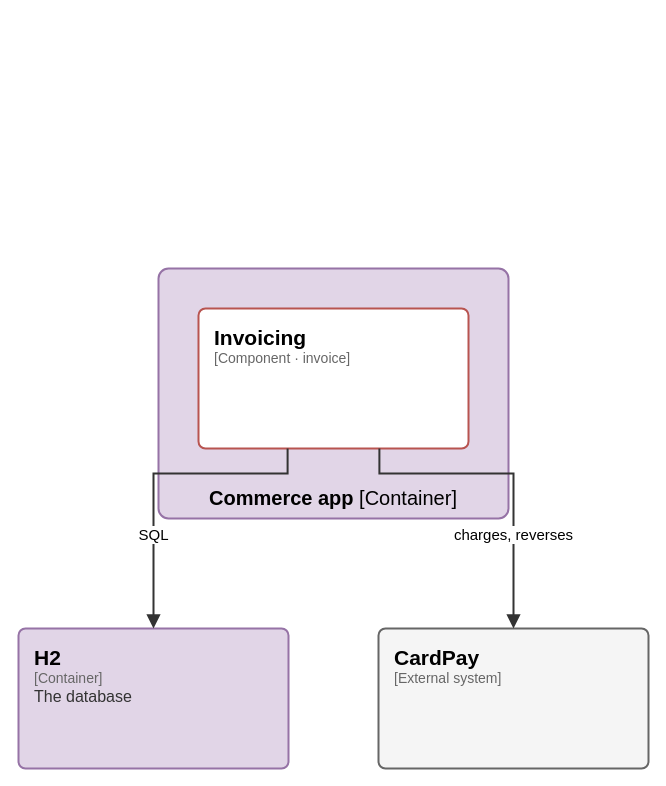
This is page "C4 3 - Components of Commerce app" (3 of 6) of docs/architecture/c4.drawio from elie29/partition-commerce, a draw.io file, before an edit. Source tidied: cells renumbered, new cells numbered last; positions are measured from the earlier drawing's top-left corner, leaving out a move shared by most shapes. Both pictures are drawn from the tidied source at 100%, with x=0, y=0 at pixel (18, 268).
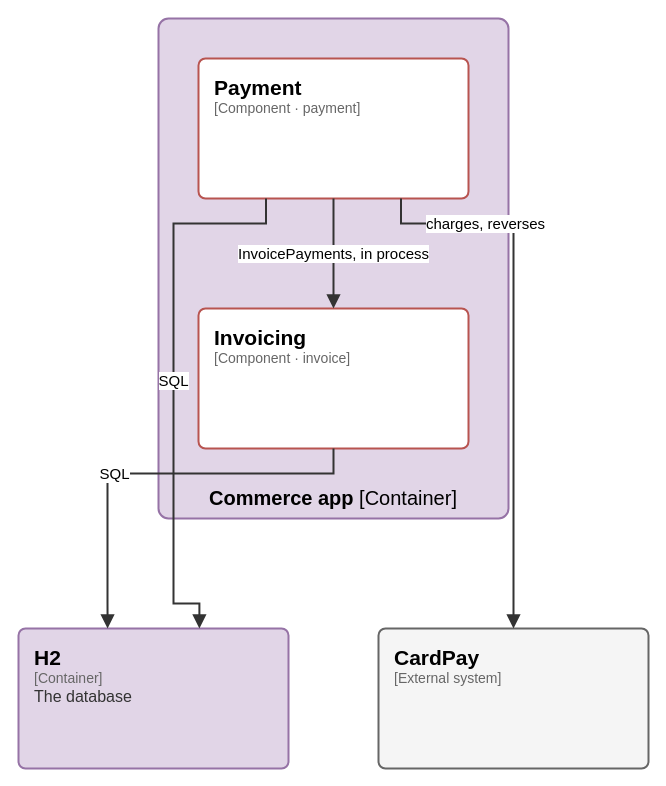
Above is the later version.

Diff of the diagram source:
```diff
@@
 <mxGraphModel background="#FFFFFF">
   <root>
     <mxCell id="0" />
     <mxCell id="1" parent="0" />
-    <mxCell id="2" value="&lt;b&gt;Commerce app&lt;/b&gt; [Container]" style="rounded=1;absoluteArcSize=1;arcSize=20;html=1;whiteSpace=wrap;fillColor=#e1d5e7;strokeColor=#9673a6;strokeWidth=2;fontFamily=IBM Plex Sans;fontSize=20;verticalAlign=bottom;spacingTop=6;spacingBottom=6;partition=AXqBmcf5CD;" parent="1" vertex="1">
-      <mxGeometry x="140" width="350" height="250" as="geometry" />
+    <mxCell id="2" value="&lt;b&gt;Commerce app&lt;/b&gt; [Container]" style="rounded=1;absoluteArcSize=1;arcSize=20;html=1;whiteSpace=wrap;fillColor=#e1d5e7;strokeColor=#9673a6;strokeWidth=2;fontFamily=IBM Plex Sans;fontSize=20;verticalAlign=bottom;spacingTop=6;spacingBottom=6;partition=Ocw2Pv0vhq;" parent="1" vertex="1">
+      <mxGeometry x="140" y="-250" width="350" height="500" as="geometry" />
     </mxCell>
-    <mxCell id="3" value="&lt;span style=&quot;font-size:21px;font-weight:600;color:#000000&quot;&gt;Invoicing&lt;/span&gt;&lt;br&gt;&lt;span style=&quot;font-family:IBM Plex Mono;font-size:14px;color:#666666&quot;&gt;[Component · invoice]&lt;/span&gt;" style="rounded=1;absoluteArcSize=1;arcSize=14;html=1;whiteSpace=wrap;fillColor=#ffffff;strokeColor=#b85450;strokeWidth=2;fontFamily=IBM Plex Sans;align=left;verticalAlign=top;spacingLeft=14;spacingRight=10;spacingTop=10;partition=rwtB4VHL-5;" parent="1" vertex="1">
+    <mxCell id="3" value="&lt;span style=&quot;font-size:21px;font-weight:600;color:#000000&quot;&gt;Invoicing&lt;/span&gt;&lt;br&gt;&lt;span style=&quot;font-family:IBM Plex Mono;font-size:14px;color:#666666&quot;&gt;[Component · invoice]&lt;/span&gt;" style="rounded=1;absoluteArcSize=1;arcSize=14;html=1;whiteSpace=wrap;fillColor=#ffffff;strokeColor=#b85450;strokeWidth=2;fontFamily=IBM Plex Sans;align=left;verticalAlign=top;spacingLeft=14;spacingRight=10;spacingTop=10;partition=NwpGBdmDzl;" parent="1" vertex="1">
       <mxGeometry x="180" y="40" width="270" height="140" as="geometry" />
     </mxCell>
+    <mxCell id="8" value="&lt;span style=&quot;font-size:21px;font-weight:600;color:#000000&quot;&gt;Payment&lt;/span&gt;&lt;br&gt;&lt;span style=&quot;font-family:IBM Plex Mono;font-size:14px;color:#666666&quot;&gt;[Component · payment]&lt;/span&gt;" style="rounded=1;absoluteArcSize=1;arcSize=14;html=1;whiteSpace=wrap;fillColor=#ffffff;strokeColor=#b85450;strokeWidth=2;fontFamily=IBM Plex Sans;align=left;verticalAlign=top;spacingLeft=14;spacingRight=10;spacingTop=10;partition=rwtB4VHL-5;" parent="1" vertex="1">
+      <mxGeometry x="180" y="-210" width="270" height="140" as="geometry" />
+    </mxCell>
-    <mxCell id="4" value="&lt;span style=&quot;font-size:21px;font-weight:600;color:#000000&quot;&gt;H2&lt;/span&gt;&lt;br&gt;&lt;span style=&quot;font-family:IBM Plex Mono;font-size:14px;color:#666666&quot;&gt;[Container]&lt;/span&gt;&lt;br&gt;&lt;span style=&quot;font-size:16px;color:#333333;line-height:1.3&quot;&gt;The database&lt;/span&gt;" style="rounded=1;absoluteArcSize=1;arcSize=14;html=1;whiteSpace=wrap;fillColor=#e1d5e7;strokeColor=#9673a6;strokeWidth=2;fontFamily=IBM Plex Sans;align=left;verticalAlign=top;spacingLeft=14;spacingRight=10;spacingTop=10;partition=kLMOCPrtCz;" parent="1" vertex="1">
+    <mxCell id="4" value="&lt;span style=&quot;font-size:21px;font-weight:600;color:#000000&quot;&gt;H2&lt;/span&gt;&lt;br&gt;&lt;span style=&quot;font-family:IBM Plex Mono;font-size:14px;color:#666666&quot;&gt;[Container]&lt;/span&gt;&lt;br&gt;&lt;span style=&quot;font-size:16px;color:#333333;line-height:1.3&quot;&gt;The database&lt;/span&gt;" style="rounded=1;absoluteArcSize=1;arcSize=14;html=1;whiteSpace=wrap;fillColor=#e1d5e7;strokeColor=#9673a6;strokeWidth=2;fontFamily=IBM Plex Sans;align=left;verticalAlign=top;spacingLeft=14;spacingRight=10;spacingTop=10;partition=VhqOdWhMpS;" parent="1" vertex="1">
       <mxGeometry y="360" width="270" height="140" as="geometry" />
     </mxCell>
-    <mxCell id="5" value="&lt;span style=&quot;font-size:21px;font-weight:600;color:#000000&quot;&gt;CardPay&lt;/span&gt;&lt;br&gt;&lt;span style=&quot;font-family:IBM Plex Mono;font-size:14px;color:#666666&quot;&gt;[External system]&lt;/span&gt;" style="rounded=1;absoluteArcSize=1;arcSize=14;html=1;whiteSpace=wrap;fillColor=#f5f5f5;strokeColor=#666666;strokeWidth=2;fontFamily=IBM Plex Sans;align=left;verticalAlign=top;spacingLeft=14;spacingRight=10;spacingTop=10;partition=Ft1pSTxyiS;" parent="1" vertex="1">
+    <mxCell id="5" value="&lt;span style=&quot;font-size:21px;font-weight:600;color:#000000&quot;&gt;CardPay&lt;/span&gt;&lt;br&gt;&lt;span style=&quot;font-family:IBM Plex Mono;font-size:14px;color:#666666&quot;&gt;[External system]&lt;/span&gt;" style="rounded=1;absoluteArcSize=1;arcSize=14;html=1;whiteSpace=wrap;fillColor=#f5f5f5;strokeColor=#666666;strokeWidth=2;fontFamily=IBM Plex Sans;align=left;verticalAlign=top;spacingLeft=14;spacingRight=10;spacingTop=10;partition=R1m1i5lw6r;" parent="1" vertex="1">
       <mxGeometry x="360" y="360" width="270" height="140" as="geometry" />
     </mxCell>
-    <mxCell id="6" value="SQL" style="edgeStyle=orthogonalEdgeStyle;rounded=0;html=1;endArrow=block;endFill=1;endSize=9;strokeColor=#333333;strokeWidth=2;fontFamily=IBM Plex Sans;fontSize=15;fontColor=#000000;labelBackgroundColor=#FFFFFF;spacing=3;exitX=0.33;exitY=1;exitPerimeter=0;entryX=0.5;entryY=0;entryPerimeter=0;partition=Yue-fEabzA;" parent="1" edge="1" source="3" target="4">
-      <mxGeometry x="0.4" relative="1" as="geometry">
+    <mxCell id="6" value="SQL" style="edgeStyle=orthogonalEdgeStyle;rounded=0;html=1;endArrow=block;endFill=1;endSize=9;strokeColor=#333333;strokeWidth=2;fontFamily=IBM Plex Sans;fontSize=15;fontColor=#000000;labelBackgroundColor=#FFFFFF;spacing=3;exitX=0.5;exitY=1;exitPerimeter=0;entryX=0.33;entryY=0;entryPerimeter=0;partition=Qrln_CddIp;" parent="1" edge="1" source="3" target="4">
+      <mxGeometry x="0.2" relative="1" as="geometry">
         <Array as="points">
-          <mxPoint x="269" y="205" />
-          <mxPoint x="135" y="205" />
-          <mxPoint x="135" y="335" />
+          <mxPoint x="315" y="205" />
+          <mxPoint x="89" y="205" />
+          <mxPoint x="89" y="335" />
         </Array>
       </mxGeometry>
     </mxCell>
+    <mxCell id="9" value="InvoicePayments, in process" style="edgeStyle=orthogonalEdgeStyle;rounded=0;html=1;endArrow=block;endFill=1;endSize=9;strokeColor=#333333;strokeWidth=2;fontFamily=IBM Plex Sans;fontSize=15;fontColor=#000000;labelBackgroundColor=#FFFFFF;spacing=3;exitX=0.5;exitY=1;exitPerimeter=0;entryX=0.5;entryY=0;entryPerimeter=0;partition=1YEl2DaKqo;" parent="1" edge="1" source="8" target="3">
+      <mxGeometry relative="1" as="geometry">
+        <Array as="points">
+          <mxPoint x="315" y="-45" />
+          <mxPoint x="315" y="15" />
+        </Array>
+      </mxGeometry>
+    </mxCell>
+    <mxCell id="10" value="SQL" style="edgeStyle=orthogonalEdgeStyle;rounded=0;html=1;endArrow=block;endFill=1;endSize=9;strokeColor=#333333;strokeWidth=2;fontFamily=IBM Plex Sans;fontSize=15;fontColor=#000000;labelBackgroundColor=#FFFFFF;spacing=3;exitX=0.25;exitY=1;exitPerimeter=0;entryX=0.67;entryY=0;entryPerimeter=0;partition=PtnRfR8xnV;" parent="1" edge="1" source="8" target="4">
+      <mxGeometry relative="1" as="geometry">
+        <Array as="points">
+          <mxPoint x="248" y="-45" />
+          <mxPoint x="155" y="-45" />
+          <mxPoint x="155" y="335" />
+          <mxPoint x="181" y="335" />
+        </Array>
+      </mxGeometry>
+    </mxCell>
-    <mxCell id="7" value="charges, reverses" style="edgeStyle=orthogonalEdgeStyle;rounded=0;html=1;endArrow=block;endFill=1;endSize=9;strokeColor=#333333;strokeWidth=2;fontFamily=IBM Plex Sans;fontSize=15;fontColor=#000000;labelBackgroundColor=#FFFFFF;spacing=3;exitX=0.67;exitY=1;exitPerimeter=0;entryX=0.5;entryY=0;entryPerimeter=0;partition=WyWkksMd5o;" parent="1" edge="1" source="3" target="5">
-      <mxGeometry x="0.4" relative="1" as="geometry">
+    <mxCell id="7" value="charges, reverses" style="edgeStyle=orthogonalEdgeStyle;rounded=0;html=1;endArrow=block;endFill=1;endSize=9;strokeColor=#333333;strokeWidth=2;fontFamily=IBM Plex Sans;fontSize=15;fontColor=#000000;labelBackgroundColor=#FFFFFF;spacing=3;exitX=0.75;exitY=1;exitPerimeter=0;entryX=0.5;entryY=0;entryPerimeter=0;partition=9pC38WTXPV;" parent="1" edge="1" source="8" target="5">
+      <mxGeometry x="-0.6" relative="1" as="geometry">
         <Array as="points">
-          <mxPoint x="361" y="205" />
-          <mxPoint x="495" y="205" />
+          <mxPoint x="383" y="-45" />
+          <mxPoint x="495" y="-45" />
           <mxPoint x="495" y="335" />
         </Array>
       </mxGeometry>
     </mxCell>
   </root>
 </mxGraphModel>
```
